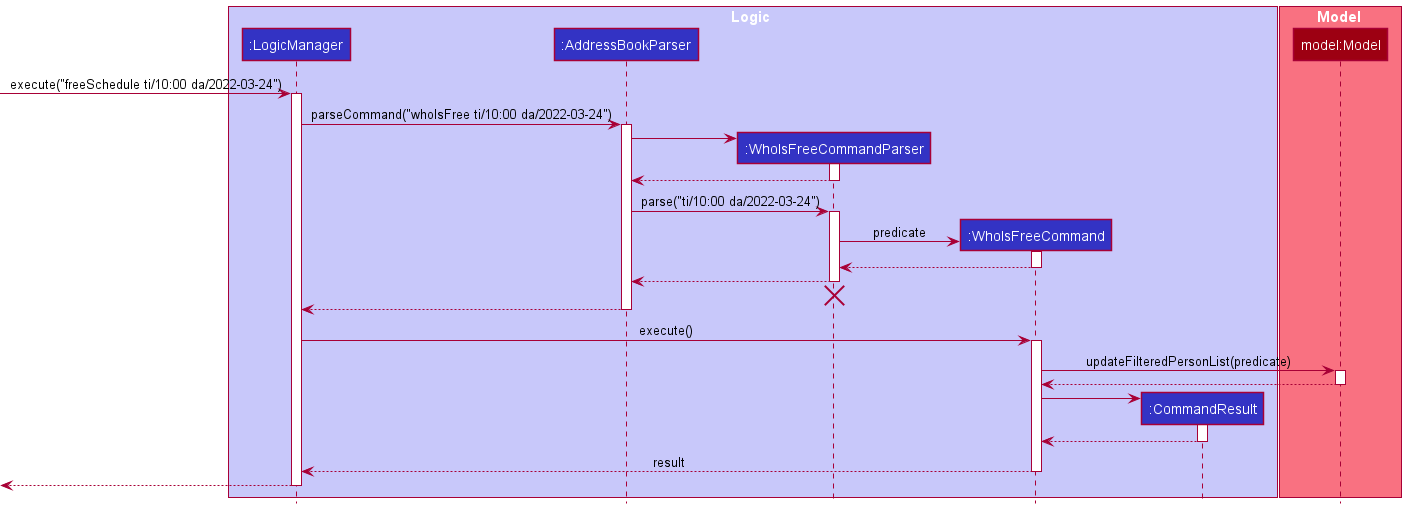
Above: docs/images/WhoIsFreeSequenceDiagram.png in vishandi/tp (PlantUML), before the change.
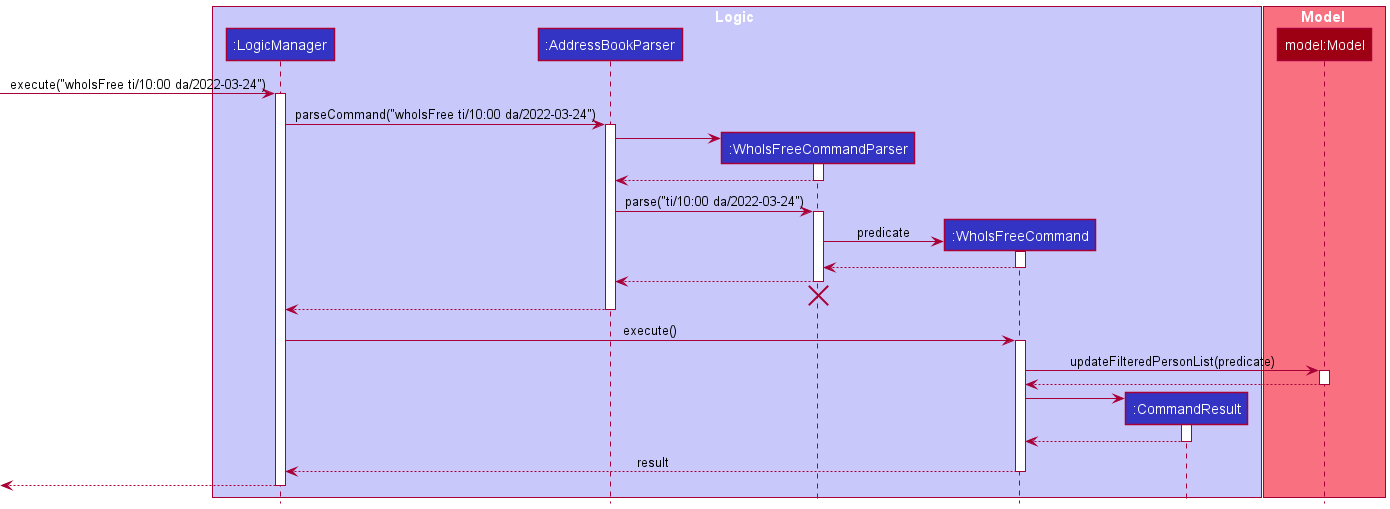
After the change.

Change to the diagram source:
```diff
@@ -13,7 +13,7 @@
 participant "model:Model" as Model MODEL_COLOR
 end box
 
-[-> LogicManager : execute("freeSchedule ti/10:00 da/2022-03-24")
+[-> LogicManager : execute("whoIsFree ti/10:00 da/2022-03-24")
 activate LogicManager
 
 LogicManager -> AddressBookParser : parseCommand("whoIsFree ti/10:00 da/2022-03-24")
```
